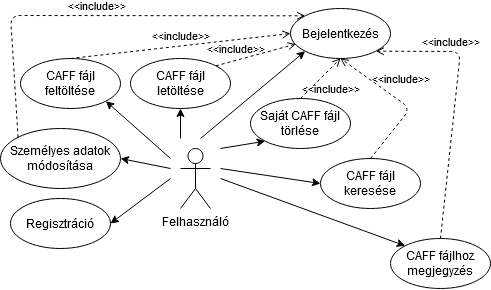
This is design/drawio/userUseCases.png from Frydraca/SzBiztonsagHF-C-Sec, a draw.io export, as it was before one commit. Source tidied: cells renumbered, new cells last; positions are measured from the earlier drawing's top-left corner, leaving out a move shared by most shapes. Source of this version:
```xml
<mxGraphModel>
  <root>
    <mxCell id="0" />
    <mxCell id="1" parent="0" />
    <mxCell id="2" value="Felhasználó" style="shape=umlActor;verticalLabelPosition=bottom;labelBackgroundColor=#ffffff;verticalAlign=top;html=1;outlineConnect=0;" parent="1" vertex="1">
      <mxGeometry x="180" y="140" width="30" height="60" as="geometry" />
    </mxCell>
    <mxCell id="3" value="Bejelentkezés" style="ellipse;whiteSpace=wrap;html=1;" parent="1" vertex="1">
      <mxGeometry x="290" width="100" height="50" as="geometry" />
    </mxCell>
    <mxCell id="4" value="Regisztráció" style="ellipse;whiteSpace=wrap;html=1;" parent="1" vertex="1">
      <mxGeometry x="10" y="190" width="100" height="50" as="geometry" />
    </mxCell>
    <mxCell id="5" value="CAFF fájl feltöltése" style="ellipse;whiteSpace=wrap;html=1;" parent="1" vertex="1">
      <mxGeometry x="20" y="50" width="100" height="50" as="geometry" />
    </mxCell>
    <mxCell id="6" value="CAFF fájl letöltése" style="ellipse;whiteSpace=wrap;html=1;" parent="1" vertex="1">
      <mxGeometry x="130" y="50" width="100" height="50" as="geometry" />
    </mxCell>
    <mxCell id="7" value="CAFF fájlhoz megjegyzés" style="ellipse;whiteSpace=wrap;html=1;" parent="1" vertex="1">
      <mxGeometry x="390" y="230" width="100" height="50" as="geometry" />
    </mxCell>
    <mxCell id="8" value="CAFF fájl keresése" style="ellipse;whiteSpace=wrap;html=1;" parent="1" vertex="1">
      <mxGeometry x="320" y="150" width="100" height="50" as="geometry" />
    </mxCell>
    <mxCell id="9" style="endArrow=classic;html=1;entryX=1;entryY=0.5;entryDx=0;entryDy=0;" parent="1" edge="1" target="4">
      <mxGeometry relative="1" as="geometry">
        <mxPoint x="170" y="170" as="sourcePoint" />
      </mxGeometry>
    </mxCell>
    <mxCell id="10" style="endArrow=classic;html=1;entryX=1;entryY=1;entryDx=0;entryDy=0;" parent="1" edge="1" target="5">
      <mxGeometry relative="1" as="geometry">
        <mxPoint x="170" y="150" as="sourcePoint" />
      </mxGeometry>
    </mxCell>
    <mxCell id="11" style="endArrow=classic;html=1;entryX=0.5;entryY=1;entryDx=0;entryDy=0;" parent="1" edge="1" target="6">
      <mxGeometry relative="1" as="geometry">
        <mxPoint x="180" y="130" as="sourcePoint" />
      </mxGeometry>
    </mxCell>
    <mxCell id="12" style="endArrow=classic;html=1;entryX=0;entryY=0;entryDx=0;entryDy=0;" parent="1" edge="1" target="7">
      <mxGeometry relative="1" as="geometry">
        <mxPoint x="220" y="170" as="sourcePoint" />
      </mxGeometry>
    </mxCell>
    <mxCell id="13" style="endArrow=classic;html=1;entryX=0;entryY=0.5;entryDx=0;entryDy=0;" parent="1" edge="1" target="8">
      <mxGeometry relative="1" as="geometry">
        <mxPoint x="220" y="160" as="sourcePoint" />
      </mxGeometry>
    </mxCell>
    <mxCell id="14" style="endArrow=classic;html=1;entryX=0;entryY=1;entryDx=0;entryDy=0;" parent="1" edge="1" target="3">
      <mxGeometry relative="1" as="geometry">
        <mxPoint x="200" y="130" as="sourcePoint" />
      </mxGeometry>
    </mxCell>
    <mxCell id="15" value="&amp;lt;&amp;lt;include&amp;gt;&amp;gt;" style="edgeStyle=none;html=1;endArrow=open;verticalAlign=bottom;dashed=1;labelBackgroundColor=none;exitX=0.5;exitY=0;exitDx=0;exitDy=0;entryX=0;entryY=0.5;entryDx=0;entryDy=0;" parent="1" edge="1" source="5" target="3">
      <mxGeometry relative="1" as="geometry" />
    </mxCell>
    <mxCell id="16" value="&amp;lt;&amp;lt;include&amp;gt;&amp;gt;" style="edgeStyle=none;html=1;endArrow=open;verticalAlign=bottom;dashed=1;labelBackgroundColor=none;exitX=1;exitY=0;exitDx=0;exitDy=0;entryX=0.054;entryY=0.711;entryDx=0;entryDy=0;entryPerimeter=0;" parent="1" edge="1" source="6" target="3">
      <mxGeometry x="-0.49" y="2" relative="1" as="geometry" />
    </mxCell>
    <mxCell id="17" value="&amp;lt;&amp;lt;include&amp;gt;&amp;gt;" style="edgeStyle=none;html=1;endArrow=open;verticalAlign=bottom;dashed=1;labelBackgroundColor=none;exitX=0.5;exitY=0;exitDx=0;exitDy=0;entryX=0.5;entryY=1;entryDx=0;entryDy=0;" parent="1" edge="1" source="8" target="3">
      <mxGeometry x="-0.15" y="22" relative="1" as="geometry">
        <Array as="points">
          <mxPoint x="410" y="100" />
        </Array>
        <mxPoint x="3" y="-38" as="offset" />
      </mxGeometry>
    </mxCell>
    <mxCell id="18" value="&amp;lt;&amp;lt;include&amp;gt;&amp;gt;" style="edgeStyle=none;html=1;endArrow=open;verticalAlign=bottom;dashed=1;labelBackgroundColor=none;exitX=0.5;exitY=0;exitDx=0;exitDy=0;entryX=1;entryY=1;entryDx=0;entryDy=0;" parent="1" edge="1" source="7" target="3">
      <mxGeometry x="0.37" y="10" relative="1" as="geometry">
        <Array as="points">
          <mxPoint x="460" y="43" />
        </Array>
      </mxGeometry>
    </mxCell>
    <mxCell id="19" value="Személyes adatok módosítása" style="ellipse;whiteSpace=wrap;html=1;" parent="1" vertex="1">
      <mxGeometry y="120" width="120" height="60" as="geometry" />
    </mxCell>
    <mxCell id="20" style="endArrow=classic;html=1;entryX=1;entryY=0.5;entryDx=0;entryDy=0;" parent="1" edge="1" target="19">
      <mxGeometry relative="1" as="geometry">
        <mxPoint x="170" y="160" as="sourcePoint" />
      </mxGeometry>
    </mxCell>
    <mxCell id="21" value="&amp;lt;&amp;lt;include&amp;gt;&amp;gt;" style="edgeStyle=none;html=1;endArrow=open;verticalAlign=bottom;dashed=1;labelBackgroundColor=none;exitX=0;exitY=0;exitDx=0;exitDy=0;entryX=0;entryY=0;entryDx=0;entryDy=0;" parent="1" edge="1" source="19" target="3">
      <mxGeometry relative="1" as="geometry">
        <Array as="points">
          <mxPoint x="10" y="7" />
        </Array>
      </mxGeometry>
    </mxCell>
    <mxCell id="22" value="Saját CAFF fájl törlése" style="ellipse;whiteSpace=wrap;html=1;" parent="1" vertex="1">
      <mxGeometry x="250" y="90" width="100" height="50" as="geometry" />
    </mxCell>
    <mxCell id="23" style="endArrow=classic;html=1;entryX=0;entryY=1;entryDx=0;entryDy=0;" parent="1" edge="1" target="22">
      <mxGeometry relative="1" as="geometry">
        <mxPoint x="220" y="140" as="sourcePoint" />
      </mxGeometry>
    </mxCell>
    <mxCell id="24" value="&amp;lt;&amp;lt;include&amp;gt;&amp;gt;" style="edgeStyle=none;html=1;endArrow=open;verticalAlign=bottom;dashed=1;labelBackgroundColor=none;exitX=0.5;exitY=0;exitDx=0;exitDy=0;entryX=0.5;entryY=1;entryDx=0;entryDy=0;" parent="1" edge="1" source="22" target="3">
      <mxGeometry x="-0.25" y="-21" relative="1" as="geometry" />
    </mxCell>
  </root>
</mxGraphModel>
```
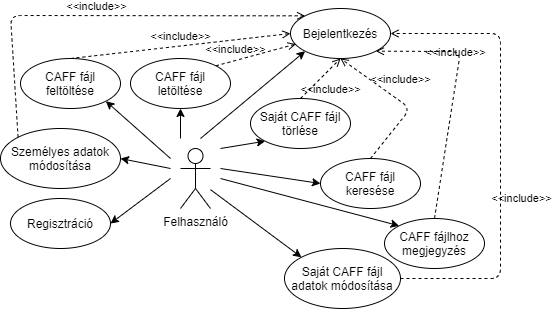
After the commit.

Commit message:
Component diagram added and userUseCases diagram updated

What changed in the source:
```diff
@@ -18,7 +18,7 @@
       <mxGeometry x="130" y="50" width="100" height="50" as="geometry" />
     </mxCell>
     <mxCell id="7" value="CAFF fájlhoz megjegyzés" style="ellipse;whiteSpace=wrap;html=1;" parent="1" vertex="1">
-      <mxGeometry x="390" y="230" width="100" height="50" as="geometry" />
+      <mxGeometry x="384" y="210" width="100" height="50" as="geometry" />
     </mxCell>
     <mxCell id="8" value="CAFF fájl keresése" style="ellipse;whiteSpace=wrap;html=1;" parent="1" vertex="1">
       <mxGeometry x="320" y="150" width="100" height="50" as="geometry" />
@@ -100,5 +100,19 @@
     <mxCell id="24" value="&amp;lt;&amp;lt;include&amp;gt;&amp;gt;" style="edgeStyle=none;html=1;endArrow=open;verticalAlign=bottom;dashed=1;labelBackgroundColor=none;exitX=0.5;exitY=0;exitDx=0;exitDy=0;entryX=0.5;entryY=1;entryDx=0;entryDy=0;" parent="1" edge="1" source="22" target="3">
       <mxGeometry x="-0.25" y="-21" relative="1" as="geometry" />
     </mxCell>
+    <mxCell id="25" value="Saját CAFF fájl adatok módosítása" style="ellipse;whiteSpace=wrap;html=1;" parent="1" vertex="1">
+      <mxGeometry x="284" y="240" width="116" height="60" as="geometry" />
+    </mxCell>
+    <mxCell id="26" style="endArrow=classic;html=1;entryX=0;entryY=0;entryDx=0;entryDy=0;" parent="1" edge="1" source="2" target="25">
+      <mxGeometry relative="1" as="geometry" />
+    </mxCell>
+    <mxCell id="27" value="&amp;lt;&amp;lt;include&amp;gt;&amp;gt;" style="edgeStyle=none;html=1;endArrow=open;verticalAlign=bottom;dashed=1;labelBackgroundColor=none;exitX=1;exitY=0.5;exitDx=0;exitDy=0;entryX=1;entryY=0.5;entryDx=0;entryDy=0;" parent="1" edge="1" source="25" target="3">
+      <mxGeometry x="-0.25" y="-21" relative="1" as="geometry">
+        <Array as="points">
+          <mxPoint x="500" y="270" />
+          <mxPoint x="500" y="25" />
+        </Array>
+      </mxGeometry>
+    </mxCell>
   </root>
 </mxGraphModel>
```
